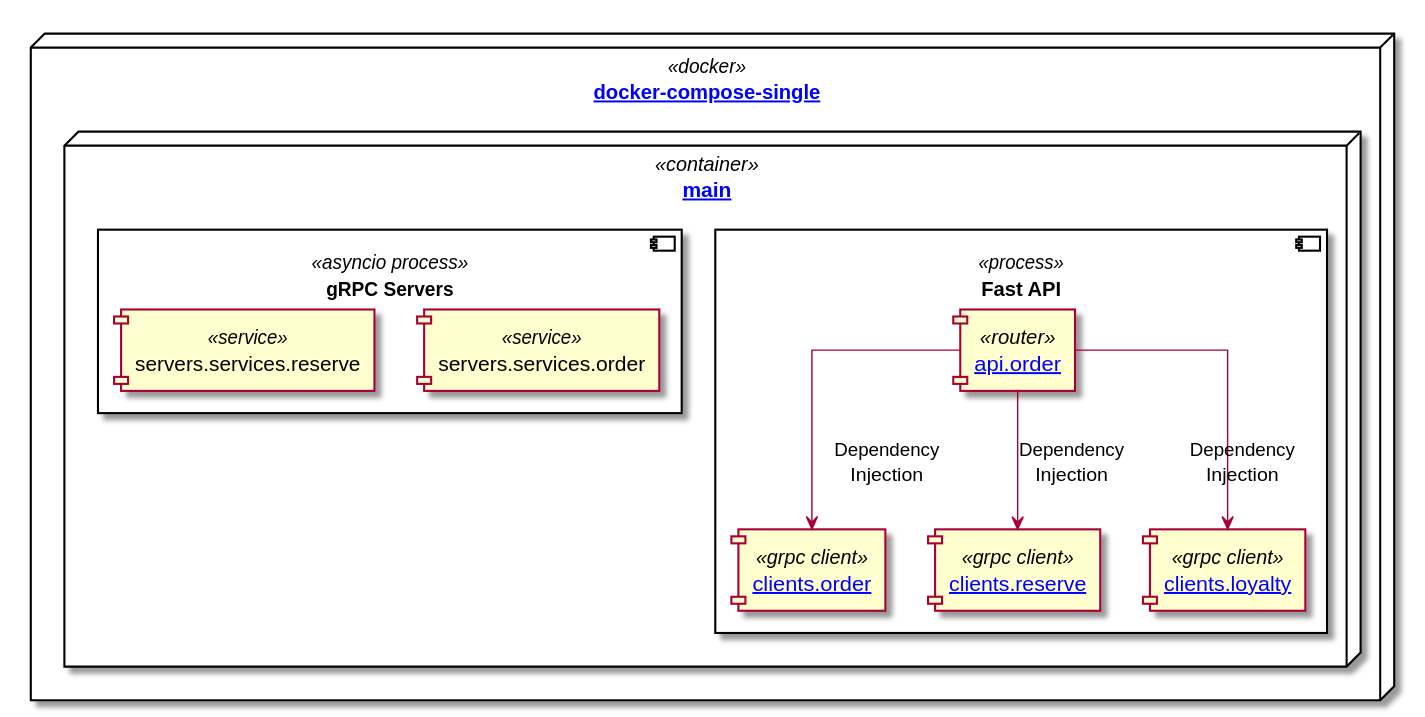
arootcom/grpc-fastapi keeps this PlantUML diagram as adr/day1/deploy-singl.svg. Above is the earlier version.
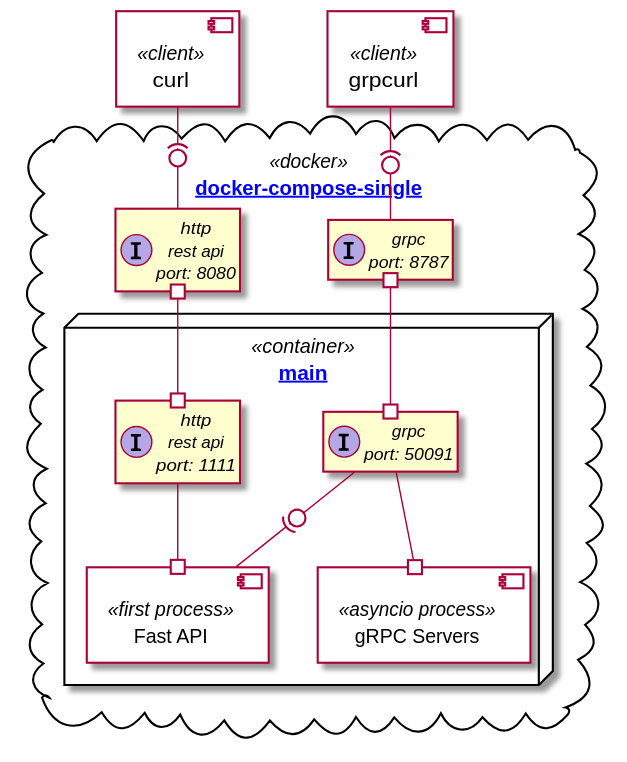
Above is the later version.

Commit message:
~ deploy diagramm

Diff of the diagram source:
```diff
@@ -1,31 +1,36 @@
 @startuml
 
-skinparam {
-  linetype ortho
+
+hide empty members
+
+component curl <<client>> {
 }
 
-node docker as "[[https://github.com/arootcom/grpc-fastapi/blob/day1/docker-compose-singl.yaml docker-compose-single]]" <<docker>> {
+component grpcurl <<client>> {
+}
+
+cloud docker as "[[https://github.com/arootcom/grpc-fastapi/blob/day1/docker-compose-singl.yaml docker-compose-single]]" <<docker>> {
+    interface local_http as "http\nrest api\nport: 8080"
+    curl -(0- local_http
+
+    interface local_grpc as "grpc\nport: 8787"
+    grpcurl -(0- local_grpc
 
     node main as "[[https://github.com/arootcom/grpc-fastapi/blob/day1/app/main.py main]]" <<container>> {
+        interface http as "http\nrest api\nport: 1111"
+        local_http #--# http
 
+        interface grpc as "grpc\nport: 50091"
+        local_grpc #--# grpc
 
-        component api as "Fast API" <<process>> {
-            component router as "[[https://github.com/arootcom/grpc-fastapi/blob/day1/app/api/order.py api.order]]" <<router>>
-
-            component cli_orders as "[[https://github.com/arootcom/grpc-fastapi/blob/day1/app/clients/order.py clients.order]]" <<grpc client>>
-            router --> cli_orders : Dependency\nInjection
-
-            component cli_reserve as "[[https://github.com/arootcom/grpc-fastapi/blob/day1/app/clients/reserve.py clients.reserve]]" <<grpc client>>
-            router --> cli_reserve : Dependency\nInjection
-
-            component cli_loyalty as "[[https://github.com/arootcom/grpc-fastapi/blob/day1/app/clients/loyalty.py clients.loyalty]]" <<grpc client>>
-            router --> cli_loyalty : Dependency\nInjection
+        component api as "Fast API" <<first process>> {
         }
+        http --# api
 
         component server as "gRPC Servers" <<asyncio process>> {
-            component orders as "servers.services.order" <<service>>
-            component reserve as "servers.services.reserve" <<service>>
         }
+        grpc --# server
+        grpc -0)- api
     }
 }
 
```
